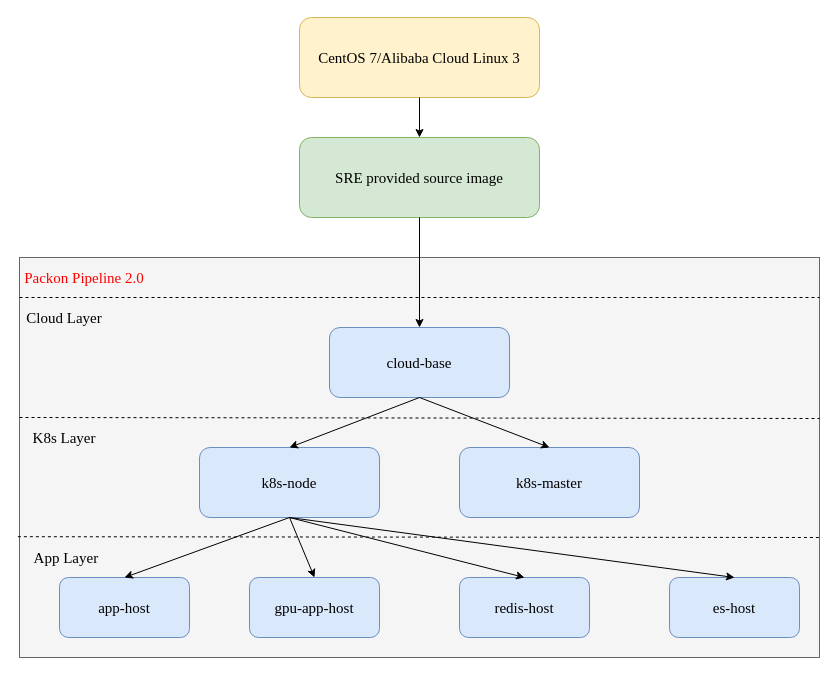
Earlier version of the draw.io diagram packon-image-division-rule.drawio (YanshanSong/draw.io). Source tidied: cells renumbered, new cells numbered last; positions are measured from the earlier drawing's top-left corner, leaving out a move shared by most shapes. Both pictures are drawn from the tidied source at 100%, with x=0, y=0 at pixel (19, 17).
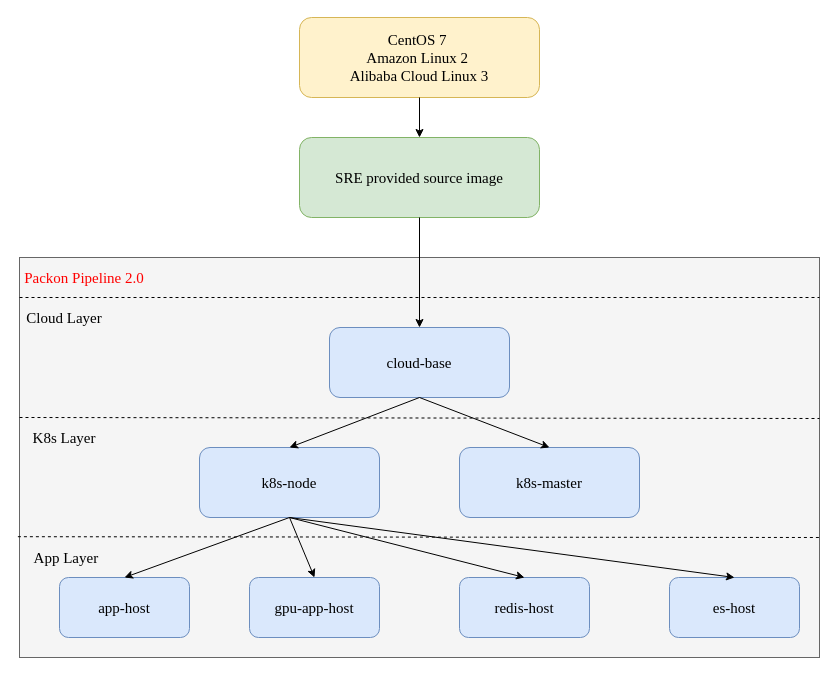
The same diagram, later.

Change to the diagram source:
```diff
@@
-    <mxCell id="2" value="CentOS 7/Alibaba Cloud Linux 3" style="rounded=1;whiteSpace=wrap;html=1;fillColor=#fff2cc;strokeColor=#d6b656;fontFamily=Times New Roman;fontSize=15;" parent="1" vertex="1">
+    <mxCell id="2" value="CentOS 7&amp;nbsp;&lt;br&gt;Amazon Linux 2&amp;nbsp;&lt;br&gt;Alibaba Cloud Linux 3" style="rounded=1;whiteSpace=wrap;html=1;fillColor=#fff2cc;strokeColor=#d6b656;fontFamily=Times New Roman;fontSize=15;" parent="1" vertex="1">
       <mxGeometry x="280" width="240" height="80" as="geometry" />
     </mxCell>
```
